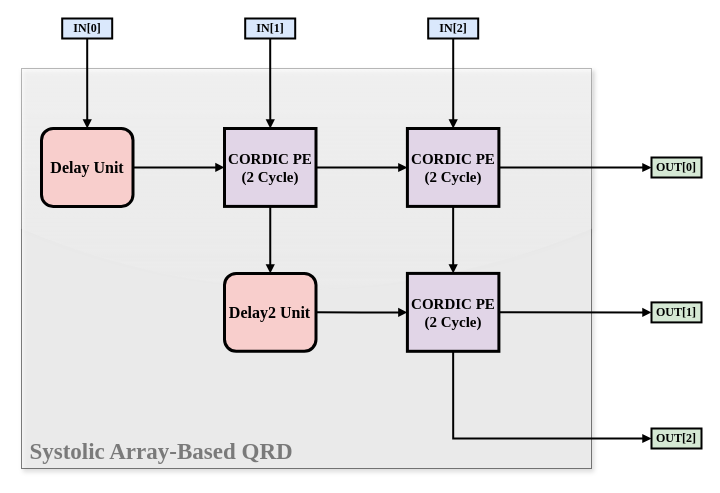
The draw.io diagram report/Figure/QRD-Systolic-Array.drawio in akira2963753/Eigen-Value-Decomposition, before the edit. Source tidied: cells renumbered, new cells numbered last; positions are measured from the earlier drawing's top-left corner, leaving out a move shared by most shapes. Both pictures are drawn from the tidied source at 100%, with x=0, y=0 at pixel (21, 18).
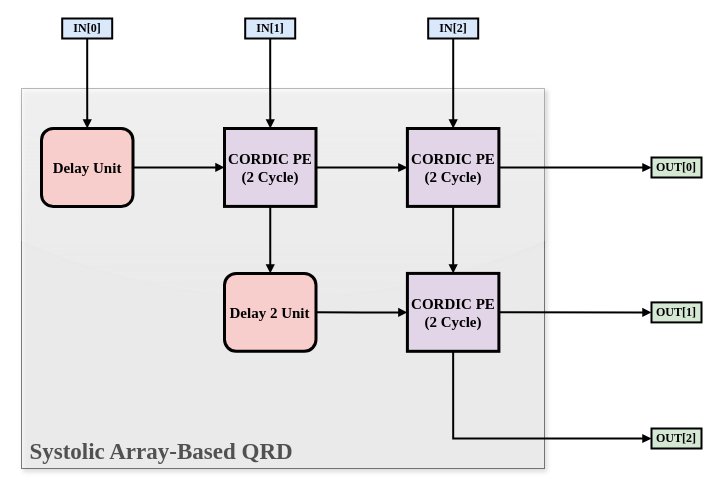
The same page after the edit.

The edit, as a diff of the source:
```diff
@@
     <mxCell id="2" style="rounded=0;whiteSpace=wrap;html=1;fillColor=#f5f5f5;strokeColor=default;shadow=1;glass=1;opacity=50;strokeWidth=1;fontColor=#333333;" parent="1" vertex="1">
-      <mxGeometry y="50" width="570" height="400" as="geometry" />
+      <mxGeometry y="70" width="523" height="380" as="geometry" />
     </mxCell>
@@
-    <mxCell id="4" value="&lt;b style=&quot;&quot;&gt;&lt;font style=&quot;font-size: 16px;&quot;&gt;Delay Unit&lt;/font&gt;&lt;/b&gt;" style="rounded=1;whiteSpace=wrap;html=1;strokeWidth=3;fillColor=#f8cecc;strokeColor=default;fontFamily=Garamond;" parent="1" vertex="1">
+    <mxCell id="4" value="&lt;b style=&quot;&quot;&gt;&lt;font style=&quot;font-size: 15px;&quot;&gt;Delay Unit&lt;/font&gt;&lt;/b&gt;" style="rounded=1;whiteSpace=wrap;html=1;strokeWidth=3;fillColor=#f8cecc;strokeColor=default;fontFamily=Garamond;" parent="1" vertex="1">
       <mxGeometry x="20" y="110" width="91.5" height="77.9" as="geometry" />
     </mxCell>
@@
-    <mxCell id="15" value="&lt;b style=&quot;&quot;&gt;&lt;font style=&quot;font-size: 16px;&quot;&gt;Delay2 Unit&lt;/font&gt;&lt;/b&gt;" style="text;html=1;whiteSpace=wrap;strokeColor=none;fillColor=none;align=center;verticalAlign=middle;rounded=0;fontFamily=Garamond;strokeWidth=3;" parent="1" vertex="1">
+    <mxCell id="15" value="&lt;b style=&quot;&quot;&gt;&lt;font style=&quot;font-size: 15px;&quot;&gt;Delay 2 Unit&lt;/font&gt;&lt;/b&gt;" style="text;html=1;whiteSpace=wrap;strokeColor=none;fillColor=none;align=center;verticalAlign=middle;rounded=0;fontFamily=Garamond;strokeWidth=3;" parent="1" vertex="1">
       <mxGeometry x="202" y="286.1" width="93.3" height="15.6" as="geometry" />
     </mxCell>
@@
-    <mxCell id="26" value="&lt;font face=&quot;Garamond&quot; style=&quot;font-size: 23px; color: rgb(122, 122, 122);&quot;&gt;&lt;b style=&quot;&quot;&gt;Systolic Array-Based QRD&lt;/b&gt;&lt;/font&gt;" style="text;html=1;whiteSpace=wrap;align=center;verticalAlign=middle;rounded=0;strokeWidth=1;" parent="1" vertex="1">
+    <mxCell id="26" value="&lt;font face=&quot;Garamond&quot; style=&quot;font-size: 23px; color: rgb(81, 81, 81);&quot;&gt;&lt;b style=&quot;&quot;&gt;Systolic Array-Based QRD&lt;/b&gt;&lt;/font&gt;" style="text;html=1;whiteSpace=wrap;align=center;verticalAlign=middle;rounded=0;strokeWidth=1;" parent="1" vertex="1">
       <mxGeometry y="423" width="280" height="20" as="geometry" />
     </mxCell>
```
